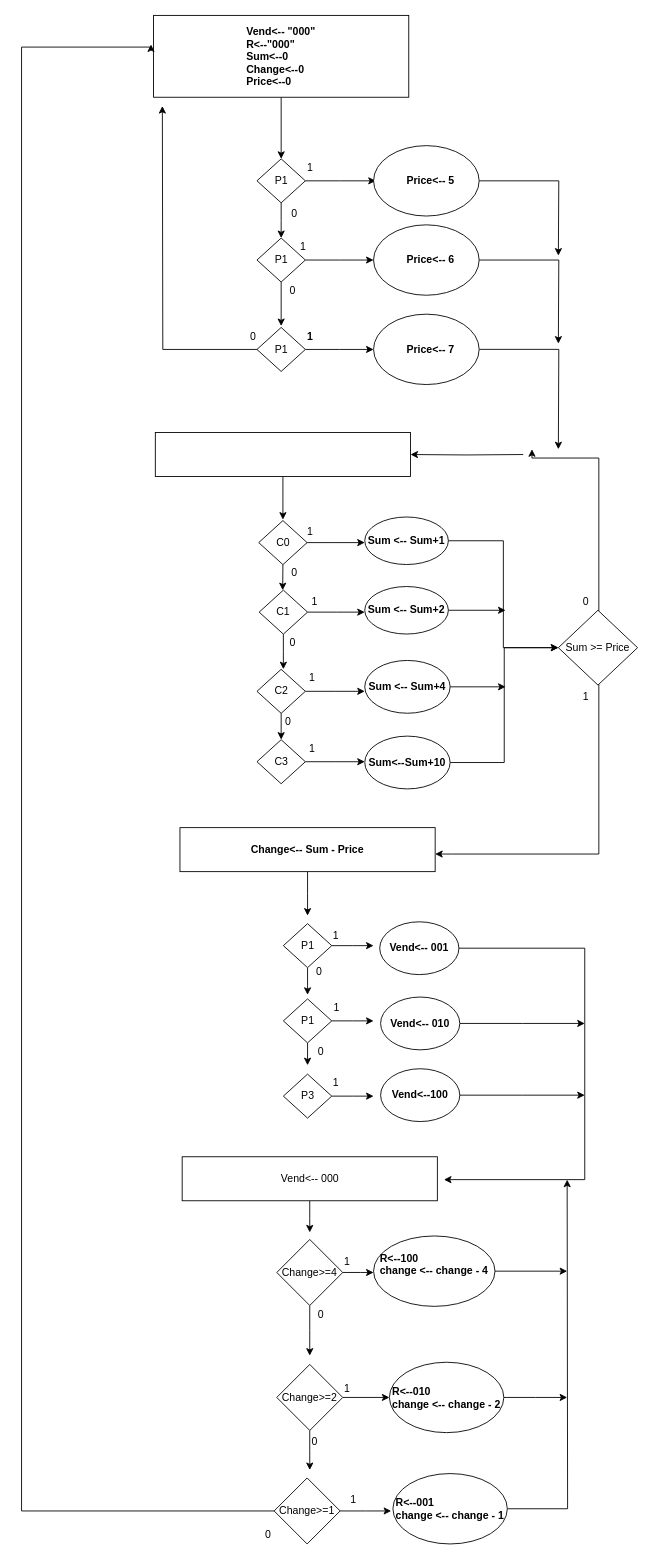
This is Untitled Diagram.drawio from ramideeb/VendingMachine, a draw.io file, before an edit. Source tidied: cells renumbered, new cells numbered last; positions are measured from the earlier drawing's top-left corner, leaving out a move shared by most shapes. Both pictures are drawn from the tidied source at 88%, with x=0, y=0 at pixel (21, 15).
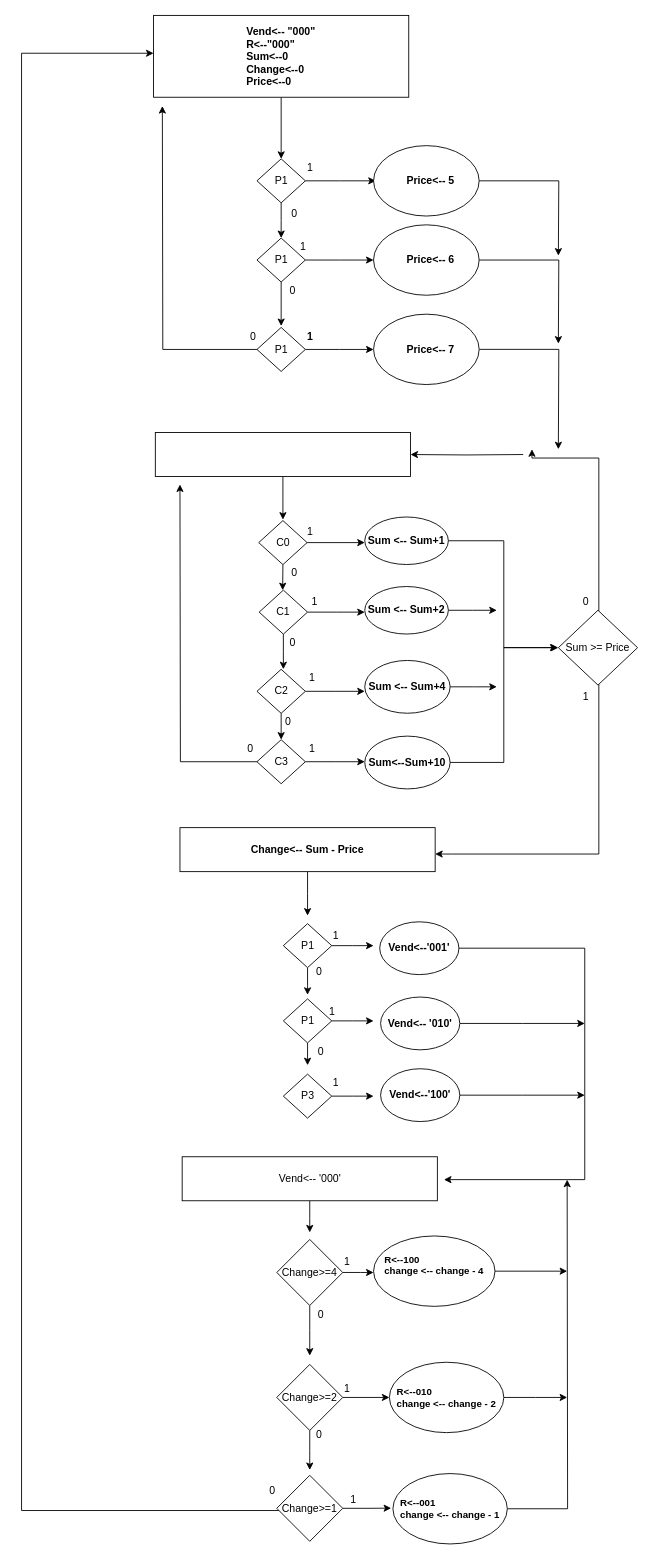
The same diagram, later.

The change refers to these unchanged cells:
```xml
<mxCell id="3" value="&lt;div style=&quot;text-align: left&quot;&gt;&lt;b&gt;Vend&amp;lt;-- &quot;000&quot;&lt;/b&gt;&lt;/div&gt;&lt;div style=&quot;text-align: left&quot;&gt;&lt;b&gt;R&amp;lt;--&quot;000&quot;&lt;/b&gt;&lt;/div&gt;&lt;div style=&quot;text-align: left&quot;&gt;&lt;b&gt;Sum&amp;lt;--0&lt;/b&gt;&lt;/div&gt;&lt;div style=&quot;text-align: left&quot;&gt;&lt;b&gt;Change&amp;lt;--0&lt;/b&gt;&lt;/div&gt;&lt;div style=&quot;text-align: left&quot;&gt;&lt;b&gt;Price&amp;lt;--0&lt;/b&gt;&lt;/div&gt;" style="rounded=0;whiteSpace=wrap;html=1;" parent="1" vertex="1">
  <mxGeometry x="150" width="290" height="93" as="geometry" />
</mxCell>
<mxCell id="38" value="C3&lt;br&gt;" style="rhombus;whiteSpace=wrap;html=1;" parent="1" vertex="1">
  <mxGeometry x="267.5" y="823.1" width="55" height="50" as="geometry" />
</mxCell>
<mxCell id="40" value="&lt;div&gt;&lt;b&gt;Sum &amp;lt;-- Sum+1&lt;/b&gt;&lt;/div&gt;" style="ellipse;whiteSpace=wrap;html=1;" parent="1" vertex="1">
  <mxGeometry x="390" y="570" width="95" height="54" as="geometry" />
</mxCell>
<mxCell id="42" value="&lt;b&gt;Sum &amp;lt;-- Sum+2&lt;/b&gt;&lt;br&gt;" style="ellipse;whiteSpace=wrap;html=1;" parent="1" vertex="1">
  <mxGeometry x="390" y="649" width="95" height="54" as="geometry" />
</mxCell>
<mxCell id="44" value="&lt;b&gt;Sum &amp;lt;-- Sum+4&lt;/b&gt;&lt;br&gt;" style="ellipse;whiteSpace=wrap;html=1;" parent="1" vertex="1">
  <mxGeometry x="390" y="733" width="97" height="60" as="geometry" />
</mxCell>
<mxCell id="46" value="&lt;b&gt;Sum&amp;lt;--Sum+10&lt;/b&gt;&lt;br&gt;" style="ellipse;whiteSpace=wrap;html=1;" parent="1" vertex="1">
  <mxGeometry x="390" y="819" width="97" height="60" as="geometry" />
</mxCell>
<mxCell id="50" value="Sum &amp;gt;= Price" style="rhombus;whiteSpace=wrap;html=1;" parent="1" vertex="1">
  <mxGeometry x="610" y="676" width="90" height="85" as="geometry" />
</mxCell>
```

What changed in the source:
```diff
@@
+    <mxCell id="103" style="edgeStyle=orthogonalEdgeStyle;rounded=0;jettySize=auto;html=1;" parent="1" edge="1" source="38">
+      <mxGeometry relative="1" as="geometry">
+        <mxPoint x="180" y="533" as="targetPoint" />
+      </mxGeometry>
+    </mxCell>
@@
     <mxCell id="39" style="edgeStyle=orthogonalEdgeStyle;rounded=0;jettySize=auto;html=1;entryX=0;entryY=0.5;entryDx=0;entryDy=0;" parent="1" edge="1" source="40" target="50">
-      <mxGeometry relative="1" as="geometry" />
+      <mxGeometry relative="1" as="geometry">
+        <Array as="points">
+          <mxPoint x="548" y="597" />
+          <mxPoint x="548" y="718" />
+        </Array>
+      </mxGeometry>
     </mxCell>
@@
     <mxCell id="41" style="edgeStyle=orthogonalEdgeStyle;rounded=0;jettySize=auto;html=1;" parent="1" edge="1" source="42">
       <mxGeometry relative="1" as="geometry">
-        <mxPoint x="550" y="676" as="targetPoint" />
+        <mxPoint x="540" y="676" as="targetPoint" />
       </mxGeometry>
     </mxCell>
@@
     <mxCell id="43" style="edgeStyle=orthogonalEdgeStyle;rounded=0;jettySize=auto;html=1;" parent="1" edge="1" source="44">
       <mxGeometry relative="1" as="geometry">
-        <mxPoint x="550" y="763" as="targetPoint" />
+        <mxPoint x="540" y="763" as="targetPoint" />
       </mxGeometry>
     </mxCell>
@@
-    <mxCell id="45" style="edgeStyle=orthogonalEdgeStyle;rounded=0;jettySize=auto;html=1;entryX=0;entryY=0.5;entryDx=0;entryDy=0;" parent="1" edge="1" source="46" target="50">
-      <mxGeometry relative="1" as="geometry" />
+    <mxCell id="45" style="edgeStyle=orthogonalEdgeStyle;rounded=0;orthogonalLoop=1;jettySize=auto;html=1;entryX=0;entryY=0.5;entryDx=0;entryDy=0;" parent="1" edge="1">
+      <mxGeometry relative="1" as="geometry">
+        <mxPoint x="486" y="848.9" as="sourcePoint" />
+        <mxPoint x="609" y="718.4" as="targetPoint" />
+        <Array as="points">
+          <mxPoint x="548" y="849" />
+          <mxPoint x="548" y="718" />
+        </Array>
+      </mxGeometry>
     </mxCell>
@@
-    <mxCell id="63" value="&lt;b&gt;Vend&amp;lt;-- 001&lt;/b&gt;&lt;br&gt;" style="ellipse;whiteSpace=wrap;html=1;" parent="1" vertex="1">
+    <mxCell id="63" value="&lt;b&gt;Vend&amp;lt;--'001'&lt;/b&gt;&lt;br&gt;" style="ellipse;whiteSpace=wrap;html=1;" parent="1" vertex="1">
       <mxGeometry x="407" y="1030" width="90" height="60" as="geometry" />
     </mxCell>
@@
-    <mxCell id="65" value="&lt;b&gt;Vend&amp;lt;-- 010&lt;/b&gt;" style="ellipse;whiteSpace=wrap;html=1;" parent="1" vertex="1">
+    <mxCell id="65" value="&lt;b&gt;Vend&amp;lt;-- '010'&lt;/b&gt;" style="ellipse;whiteSpace=wrap;html=1;" parent="1" vertex="1">
       <mxGeometry x="408" y="1115.5" width="90" height="60" as="geometry" />
     </mxCell>
@@
-    <mxCell id="67" value="&lt;b&gt;Vend&amp;lt;--100&lt;/b&gt;" style="ellipse;whiteSpace=wrap;html=1;" parent="1" vertex="1">
+    <mxCell id="67" value="&lt;b&gt;Vend&amp;lt;--'100'&lt;/b&gt;" style="ellipse;whiteSpace=wrap;html=1;" parent="1" vertex="1">
       <mxGeometry x="408" y="1197" width="90" height="60" as="geometry" />
     </mxCell>
@@
-    <mxCell id="69" value="Vend&amp;lt;-- 000" style="rounded=0;whiteSpace=wrap;html=1;" parent="1" vertex="1">
+    <mxCell id="69" value="Vend&amp;lt;-- '000'" style="rounded=0;whiteSpace=wrap;html=1;" parent="1" vertex="1">
       <mxGeometry x="182.5" y="1297" width="290" height="50" as="geometry" />
     </mxCell>
@@
     <mxCell id="71" value="1" style="text;html=1;align=left;verticalAlign=top;spacingTop=-4;" parent="1" vertex="1">
-      <mxGeometry x="352.5" y="1117.5" width="20" height="20" as="geometry" />
+      <mxGeometry x="347.5" y="1122" width="20" height="20" as="geometry" />
     </mxCell>
@@
-    <mxCell id="81" style="edgeStyle=orthogonalEdgeStyle;rounded=0;jettySize=auto;html=1;" parent="1" edge="1" source="83">
-      <mxGeometry relative="1" as="geometry">
-        <mxPoint x="420" y="1699.5" as="targetPoint" />
-      </mxGeometry>
-    </mxCell>
-    <mxCell id="82" style="edgeStyle=orthogonalEdgeStyle;rounded=0;jettySize=auto;html=1;entryX=-0.01;entryY=0.355;entryDx=0;entryDy=0;entryPerimeter=0;" parent="1" edge="1" source="83" target="3">
+    <mxCell id="82" style="edgeStyle=orthogonalEdgeStyle;rounded=0;jettySize=auto;html=1;" parent="1" edge="1" source="83" target="3">
       <mxGeometry relative="1" as="geometry">
         <Array as="points">
           <mxPoint y="1699" />
-          <mxPoint y="36" />
-          <mxPoint x="147" y="36" />
+          <mxPoint y="43" />
         </Array>
       </mxGeometry>
     </mxCell>
+    <mxCell id="104" style="edgeStyle=orthogonalEdgeStyle;rounded=0;jettySize=auto;html=1;exitX=1;exitY=0.5;exitDx=0;exitDy=0;" parent="1" edge="1" source="83">
+      <mxGeometry relative="1" as="geometry">
+        <mxPoint x="420" y="1696.3" as="targetPoint" />
+      </mxGeometry>
+    </mxCell>
     <mxCell id="83" value="Change&amp;gt;=1&lt;br&gt;" style="rhombus;whiteSpace=wrap;html=1;" parent="1" vertex="1">
-      <mxGeometry x="287" y="1662" width="75" height="75" as="geometry" />
+      <mxGeometry x="290" y="1659" width="75" height="75" as="geometry" />
     </mxCell>
@@
-    <mxCell id="85" value="&lt;div style=&quot;text-align: left&quot;&gt;&lt;span&gt;&lt;b&gt;R&amp;lt;--100&lt;/b&gt;&lt;/span&gt;&lt;/div&gt;&lt;div style=&quot;text-align: left&quot;&gt;&lt;b&gt;change &amp;lt;-- change - 4&lt;/b&gt;&lt;/div&gt;&lt;div style=&quot;text-align: left&quot;&gt;&lt;br&gt;&lt;/div&gt;" style="ellipse;whiteSpace=wrap;html=1;" parent="1" vertex="1">
+    <mxCell id="85" value="&lt;div style=&quot;text-align: left ; font-size: 11px&quot;&gt;&lt;span&gt;&lt;b&gt;&lt;font style=&quot;font-size: 11px&quot;&gt;R&amp;lt;--100&lt;/font&gt;&lt;/b&gt;&lt;/span&gt;&lt;/div&gt;&lt;div style=&quot;text-align: left ; font-size: 11px&quot;&gt;&lt;b&gt;&lt;font style=&quot;font-size: 11px&quot;&gt;change &amp;lt;-- change - 4&lt;/font&gt;&lt;/b&gt;&lt;/div&gt;&lt;div style=&quot;text-align: left ; font-size: 11px&quot;&gt;&lt;br&gt;&lt;/div&gt;" style="ellipse;whiteSpace=wrap;html=1;" parent="1" vertex="1">
       <mxGeometry x="400" y="1387" width="138" height="80" as="geometry" />
     </mxCell>
@@
-    <mxCell id="87" value="&lt;div style=&quot;text-align: left&quot;&gt;&lt;b&gt;R&amp;lt;--010&lt;/b&gt;&lt;/div&gt;&lt;div style=&quot;text-align: left&quot;&gt;&lt;b&gt;change &amp;lt;-- change - 2&lt;/b&gt;&lt;/div&gt;" style="ellipse;whiteSpace=wrap;html=1;" parent="1" vertex="1">
+    <mxCell id="87" value="&lt;div style=&quot;text-align: left ; font-size: 11px&quot;&gt;&lt;b&gt;&lt;font style=&quot;font-size: 11px&quot;&gt;R&amp;lt;--010&lt;/font&gt;&lt;/b&gt;&lt;/div&gt;&lt;div style=&quot;text-align: left ; font-size: 11px&quot;&gt;&lt;b&gt;&lt;font style=&quot;font-size: 11px&quot;&gt;change &amp;lt;-- change - 2&lt;/font&gt;&lt;/b&gt;&lt;/div&gt;" style="ellipse;whiteSpace=wrap;html=1;" parent="1" vertex="1">
       <mxGeometry x="418" y="1530.5" width="130" height="80" as="geometry" />
     </mxCell>
@@
-    <mxCell id="89" value="&lt;div style=&quot;text-align: left&quot;&gt;&lt;span&gt;&lt;b&gt;R&amp;lt;--001&lt;/b&gt;&lt;/span&gt;&lt;/div&gt;&lt;div style=&quot;text-align: left&quot;&gt;&lt;b&gt;change &amp;lt;-- change - 1&lt;/b&gt;&lt;/div&gt;" style="ellipse;whiteSpace=wrap;html=1;" parent="1" vertex="1">
+    <mxCell id="89" value="&lt;div style=&quot;text-align: left ; font-size: 11px&quot;&gt;&lt;span&gt;&lt;b&gt;&lt;font style=&quot;font-size: 11px&quot;&gt;R&amp;lt;--001&lt;/font&gt;&lt;/b&gt;&lt;/span&gt;&lt;/div&gt;&lt;div style=&quot;text-align: left ; font-size: 11px&quot;&gt;&lt;b&gt;&lt;font style=&quot;font-size: 11px&quot;&gt;change &amp;lt;-- change - 1&lt;/font&gt;&lt;/b&gt;&lt;/div&gt;" style="ellipse;whiteSpace=wrap;html=1;" parent="1" vertex="1">
       <mxGeometry x="422" y="1657" width="130" height="80" as="geometry" />
     </mxCell>
@@
     <mxCell id="94" value="0" style="text;html=1;align=left;verticalAlign=top;spacingTop=-4;" parent="1" vertex="1">
-      <mxGeometry x="327.5" y="1610.5" width="20" height="20" as="geometry" />
+      <mxGeometry x="332.5" y="1602.5" width="20" height="20" as="geometry" />
     </mxCell>
     <mxCell id="95" value="&lt;span&gt;0&lt;/span&gt;" style="text;html=1;align=left;verticalAlign=top;spacingTop=-4;" parent="1" vertex="1">
-      <mxGeometry x="275" y="1717" width="20" height="20" as="geometry" />
+      <mxGeometry x="280" y="1667" width="20" height="20" as="geometry" />
     </mxCell>
@@
+    <mxCell id="105" value="0" style="text;html=1;align=left;verticalAlign=top;spacingTop=-4;" parent="1" vertex="1">
+      <mxGeometry x="255" y="823" width="20" height="20" as="geometry" />
+    </mxCell>
```
